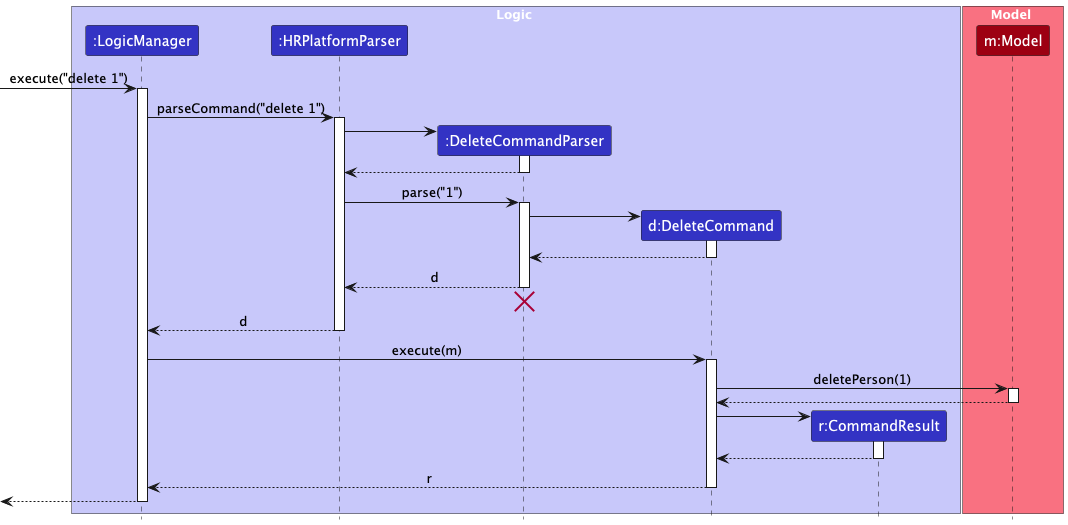
Above: docs/images/DeleteSequenceDiagram.png in nus-cs2103-AY2425S1/tp (PlantUML), before the change.
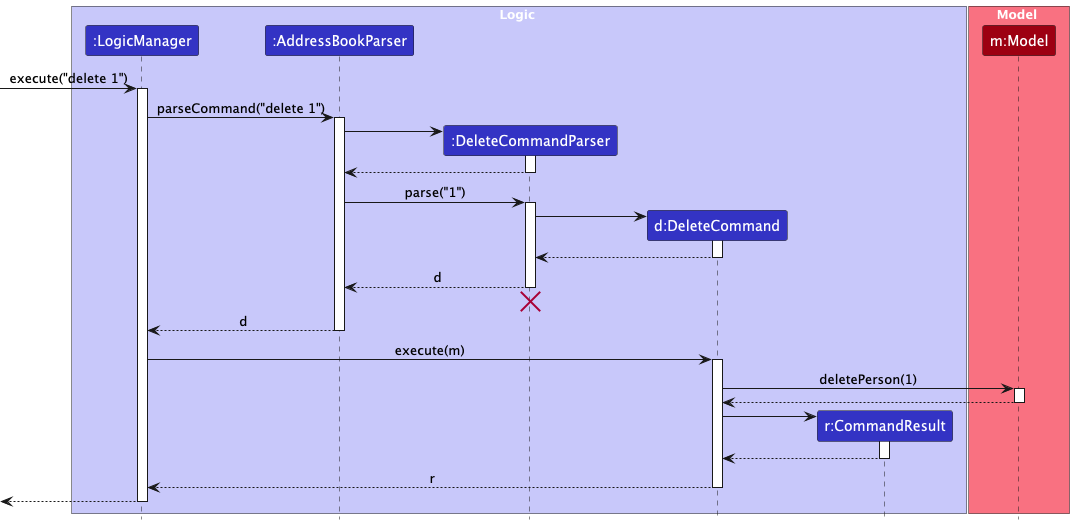
After the commit.

Change to the diagram source:
```diff
@@ -4,7 +4,7 @@
 
 box Logic LOGIC_COLOR_T1
 participant ":LogicManager" as LogicManager LOGIC_COLOR
-participant ":HRPlatformParser" as HRPlatformParser LOGIC_COLOR
+participant ":AddressBookParser" as AddressBookParser LOGIC_COLOR
 participant ":DeleteCommandParser" as DeleteCommandParser LOGIC_COLOR
 participant "d:DeleteCommand" as DeleteCommand LOGIC_COLOR
 participant "r:CommandResult" as CommandResult LOGIC_COLOR
@@ -17,17 +17,17 @@
 [-> LogicManager : execute("delete 1")
 activate LogicManager
 
-LogicManager -> HRPlatformParser : parseCommand("delete 1")
-activate HRPlatformParser
+LogicManager -> AddressBookParser : parseCommand("delete 1")
+activate AddressBookParser
 
 create DeleteCommandParser
-HRPlatformParser -> DeleteCommandParser
+AddressBookParser -> DeleteCommandParser
 activate DeleteCommandParser
 
-DeleteCommandParser --> HRPlatformParser
+DeleteCommandParser --> AddressBookParser
 deactivate DeleteCommandParser
 
-HRPlatformParser -> DeleteCommandParser : parse("1")
+AddressBookParser -> DeleteCommandParser : parse("1")
 activate DeleteCommandParser
 
 create DeleteCommand
@@ -37,13 +37,13 @@
 DeleteCommand --> DeleteCommandParser :
 deactivate DeleteCommand
 
-DeleteCommandParser --> HRPlatformParser : d
+DeleteCommandParser --> AddressBookParser : d
 deactivate DeleteCommandParser
-DeleteCommandParser -[hidden]-> HRPlatformParser
+DeleteCommandParser -[hidden]-> AddressBookParser
 destroy DeleteCommandParser
 
-HRPlatformParser --> LogicManager : d
-deactivate HRPlatformParser
+AddressBookParser --> LogicManager : d
+deactivate AddressBookParser
 
 LogicManager -> DeleteCommand : execute(m)
 activate DeleteCommand
```
